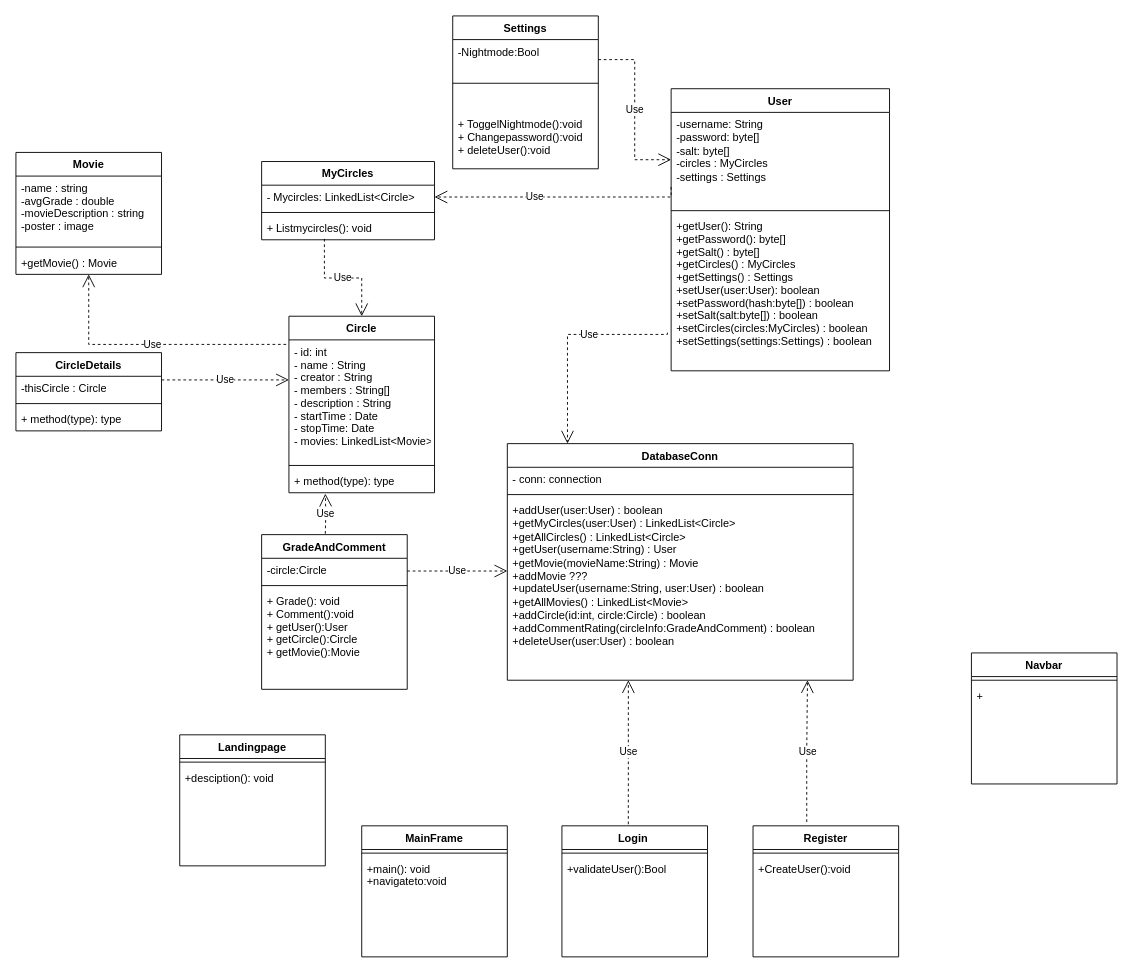
This is Diagrams/UML.drawio from johanbergfalk/DAT055_circles, a draw.io file, before an edit. Source tidied: cells renumbered, new cells numbered last; positions are measured from the earlier drawing's top-left corner, leaving out a move shared by most shapes. Both pictures are drawn from the tidied source at 91%, with x=0, y=0 at pixel (15, 15).
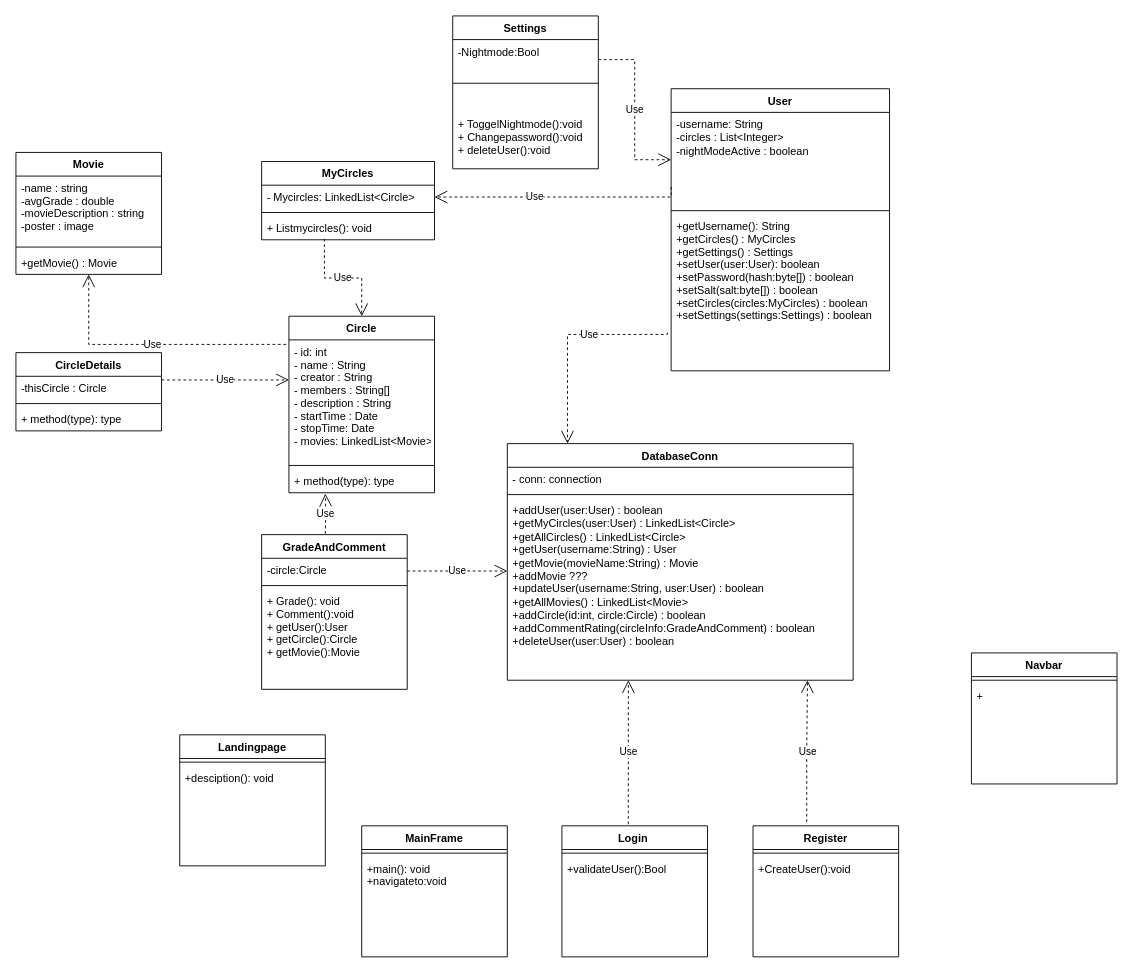
The same diagram, later.

Unchanged cells that the change refers to:
```xml
<mxCell id="31" value="User" style="swimlane;fontStyle=1;align=center;verticalAlign=top;horizontal=1;startSize=26;" parent="1" vertex="1">
  <mxGeometry x="720" y="80" width="240" height="310" as="geometry" />
</mxCell>
```

What changed in the source:
```diff
@@
-    <mxCell id="32" value="-username: String&#10;-password: byte[]&#10;-salt: byte[]&#10;-circles : MyCircles&#10;-settings : Settings" style="text;strokeColor=none;fillColor=none;align=left;verticalAlign=top;spacingLeft=4;spacingRight=4;overflow=hidden;points=[[0,0.5],[1,0.5]];portConstraint=eastwest;whiteSpace=wrap;" parent="31" vertex="1">
+    <mxCell id="32" value="-username: String&#10;-circles : List&lt;Integer&gt;&#10;-nightModeActive : boolean" style="text;strokeColor=none;fillColor=none;align=left;verticalAlign=top;spacingLeft=4;spacingRight=4;overflow=hidden;points=[[0,0.5],[1,0.5]];portConstraint=eastwest;whiteSpace=wrap;" parent="31" vertex="1">
       <mxGeometry y="26" width="240" height="104" as="geometry" />
     </mxCell>
@@
-    <mxCell id="34" value="+getUser(): String&#10;+getPassword(): byte[]&#10;+getSalt() : byte[]&#10;+getCircles() : MyCircles&#10;+getSettings() : Settings&#10;+setUser(user:User): boolean&#10;+setPassword(hash:byte[]) : boolean&#10;+setSalt(salt:byte[]) : boolean&#10;+setCircles(circles:MyCircles) : boolean&#10;+setSettings(settings:Settings) : boolean&#10;" style="text;strokeColor=none;fillColor=none;align=left;verticalAlign=top;spacingLeft=4;spacingRight=4;overflow=hidden;points=[[0,0.5],[1,0.5]];portConstraint=eastwest;" parent="31" vertex="1">
+    <mxCell id="34" value="+getUsername(): String&#10;+getCircles() : MyCircles&#10;+getSettings() : Settings&#10;+setUser(user:User): boolean&#10;+setPassword(hash:byte[]) : boolean&#10;+setSalt(salt:byte[]) : boolean&#10;+setCircles(circles:MyCircles) : boolean&#10;+setSettings(settings:Settings) : boolean&#10;" style="text;strokeColor=none;fillColor=none;align=left;verticalAlign=top;spacingLeft=4;spacingRight=4;overflow=hidden;points=[[0,0.5],[1,0.5]];portConstraint=eastwest;" parent="31" vertex="1">
       <mxGeometry y="138" width="240" height="172" as="geometry" />
     </mxCell>
```
